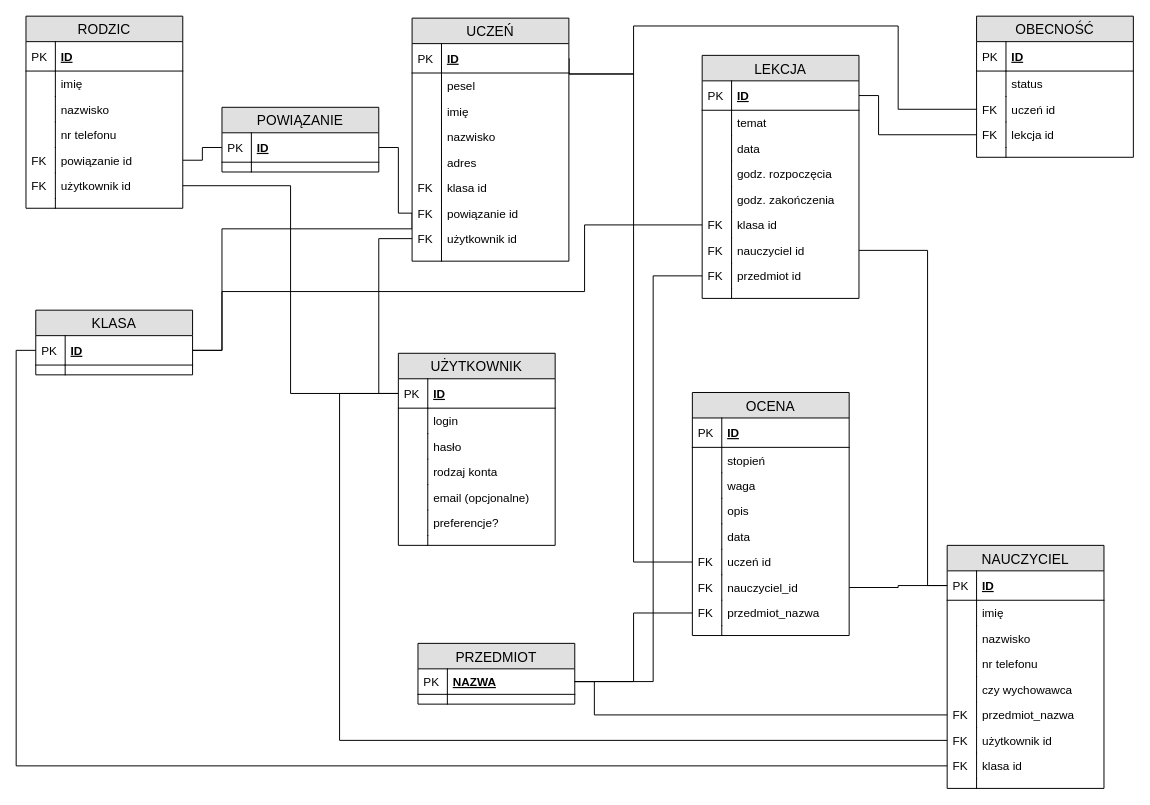
The draw.io diagram page "Page-2" (2 of 2) of Modele/modele.drawio in maciekpajak/BAZY_DANYCH_PROJEKT, before the edit. Source tidied: cells renumbered, new cells numbered last; positions are measured from the earlier drawing's top-left corner, leaving out a move shared by most shapes. Both pictures are drawn from the tidied source at 98%, with x=0, y=0 at pixel (25, 16).
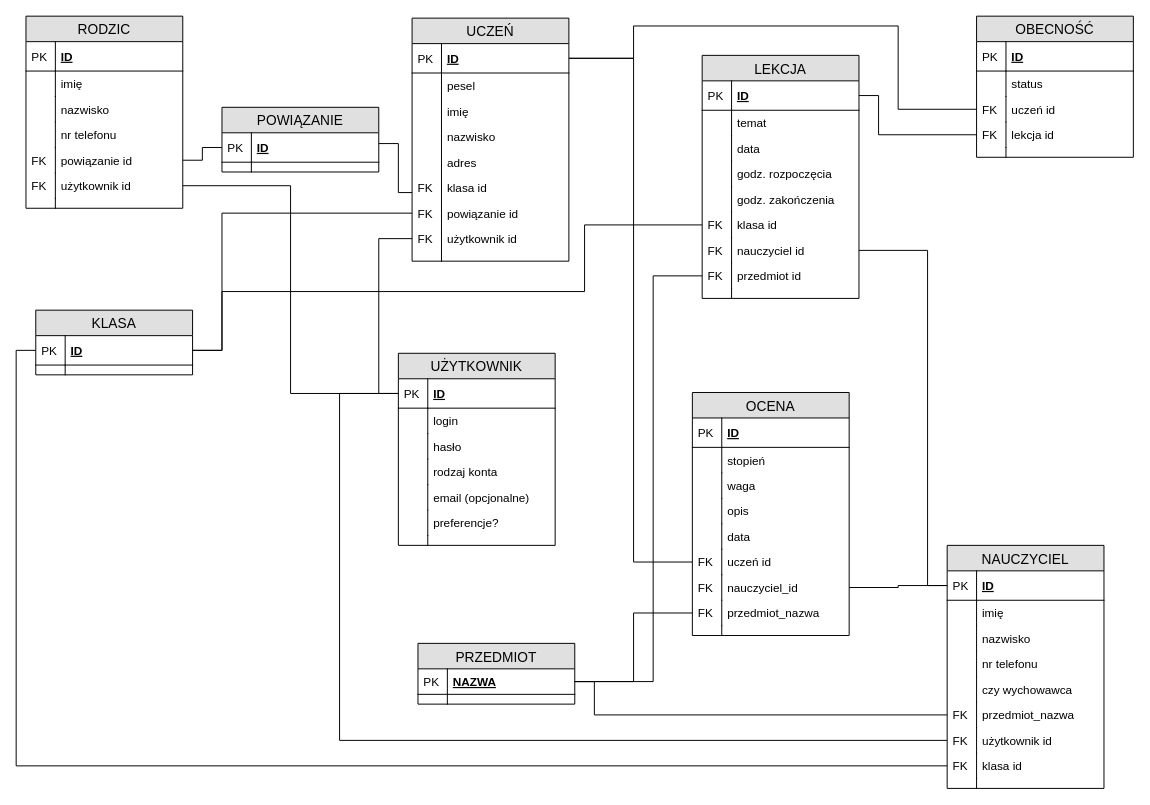
The same page after the edit.

The change refers to these unchanged cells:
```xml
<mxCell id="26" value="uczeń id" style="shape=partialRectangle;top=0;left=0;right=0;bottom=0;align=left;verticalAlign=top;fillColor=none;spacingLeft=34;spacingRight=4;overflow=hidden;points=[[0,0.5],[1,0.5]];portConstraint=eastwest;fontSize=12;" parent="21" vertex="1">
  <mxGeometry y="82" width="160" height="26" as="geometry" />
</mxCell>
<mxCell id="71" value="uczeń id" style="shape=partialRectangle;top=0;left=0;right=0;bottom=0;align=left;verticalAlign=top;fillColor=none;spacingLeft=34;spacingRight=4;overflow=hidden;points=[[0,0.5],[1,0.5]];portConstraint=eastwest;fontSize=12;" parent="60" vertex="1">
  <mxGeometry y="160" width="160" height="26" as="geometry" />
</mxCell>
<mxCell id="95" value="ID" style="shape=partialRectangle;top=0;left=0;right=0;bottom=1;align=left;verticalAlign=middle;fillColor=none;spacingLeft=34;spacingRight=4;overflow=hidden;points=[[0,0.5],[1,0.5]];portConstraint=eastwest;fontStyle=5;fontSize=12;" parent="94" vertex="1">
  <mxGeometry y="26" width="160" height="30" as="geometry" />
</mxCell>
<mxCell id="107" value="powiązanie id" style="shape=partialRectangle;top=0;left=0;right=0;bottom=0;align=left;verticalAlign=top;fillColor=none;spacingLeft=34;spacingRight=4;overflow=hidden;points=[[0,0.5],[1,0.5]];portConstraint=eastwest;fontSize=12;rounded=0;" parent="94" vertex="1">
  <mxGeometry y="186" width="160" height="26" as="geometry" />
</mxCell>
<mxCell id="114" value="ID" style="shape=partialRectangle;top=0;left=0;right=0;bottom=1;align=left;verticalAlign=middle;fillColor=none;spacingLeft=34;spacingRight=4;overflow=hidden;points=[[0,0.5],[1,0.5]];portConstraint=eastwest;fontStyle=5;fontSize=12;" parent="113" vertex="1">
  <mxGeometry y="26" width="160" height="30" as="geometry" />
</mxCell>
<mxCell id="119" value="ID" style="shape=partialRectangle;top=0;left=0;right=0;bottom=1;align=left;verticalAlign=middle;fillColor=none;spacingLeft=34;spacingRight=4;overflow=hidden;points=[[0,0.5],[1,0.5]];portConstraint=eastwest;fontStyle=5;fontSize=12;" parent="118" vertex="1">
  <mxGeometry y="26" width="160" height="30" as="geometry" />
</mxCell>
```

Diff of the diagram source:
```diff
@@
     <mxCell id="35" style="edgeStyle=orthogonalEdgeStyle;rounded=0;jettySize=auto;html=1;exitX=0;exitY=0.5;exitDx=0;exitDy=0;entryX=1;entryY=0.5;entryDx=0;entryDy=0;startArrow=none;startFill=0;endArrow=none;endFill=0;strokeColor=#000000;" parent="1" edge="1" source="71" target="95">
       <mxGeometry relative="1" as="geometry">
         <Array as="points">
           <mxPoint x="620" y="557" />
-          <mxPoint x="620" y="59" />
+          <mxPoint x="620" y="43" />
         </Array>
       </mxGeometry>
     </mxCell>
-    <mxCell id="36" style="edgeStyle=orthogonalEdgeStyle;rounded=0;jettySize=auto;html=1;exitX=0;exitY=0.5;exitDx=0;exitDy=0;entryX=1;entryY=0.5;entryDx=0;entryDy=0;endArrow=none;endFill=0;" parent="1" edge="1" source="107" target="114">
-      <mxGeometry relative="1" as="geometry">
-        <Array as="points">
-          <mxPoint x="380" y="201" />
-          <mxPoint x="380" y="134" />
-        </Array>
-      </mxGeometry>
-    </mxCell>
@@
     <mxCell id="38" style="edgeStyle=orthogonalEdgeStyle;rounded=0;jettySize=auto;html=1;endArrow=none;endFill=0;exitX=0;exitY=0.5;exitDx=0;exitDy=0;entryX=1;entryY=0.5;entryDx=0;entryDy=0;" parent="1" edge="1" source="26" target="95">
       <mxGeometry relative="1" as="geometry">
         <Array as="points">
           <mxPoint x="890" y="95" />
           <mxPoint x="890" y="10" />
           <mxPoint x="620" y="10" />
-          <mxPoint x="620" y="59" />
+          <mxPoint x="620" y="43" />
         </Array>
       </mxGeometry>
     </mxCell>
     <mxCell id="39" style="edgeStyle=orthogonalEdgeStyle;jettySize=auto;html=1;exitX=1;exitY=0.5;exitDx=0;exitDy=0;entryX=0;entryY=0.5;entryDx=0;entryDy=0;endArrow=none;endFill=0;rounded=0;strokeWidth=1;" parent="1" edge="1" source="119" target="107">
       <mxGeometry relative="1" as="geometry">
         <Array as="points">
           <mxPoint x="200" y="341" />
-          <mxPoint x="200" y="217" />
-          <mxPoint x="394" y="217" />
+          <mxPoint x="200" y="201" />
         </Array>
       </mxGeometry>
     </mxCell>
@@
+    <mxCell id="150" style="endArrow=none;html=1;" parent="1" edge="1">
+      <mxGeometry relative="1" as="geometry">
+        <mxPoint x="380" y="180" as="sourcePoint" />
+        <mxPoint x="394" y="180" as="targetPoint" />
+      </mxGeometry>
+    </mxCell>
+    <mxCell id="151" style="endArrow=none;html=1;" parent="1" edge="1">
+      <mxGeometry relative="1" as="geometry">
+        <mxPoint x="380" y="180" as="sourcePoint" />
+        <mxPoint x="380" y="130" as="targetPoint" />
+      </mxGeometry>
+    </mxCell>
+    <mxCell id="152" style="endArrow=none;html=1;" parent="1" edge="1">
+      <mxGeometry relative="1" as="geometry">
+        <mxPoint x="360" y="130" as="sourcePoint" />
+        <mxPoint x="380" y="130" as="targetPoint" />
+      </mxGeometry>
+    </mxCell>
```
